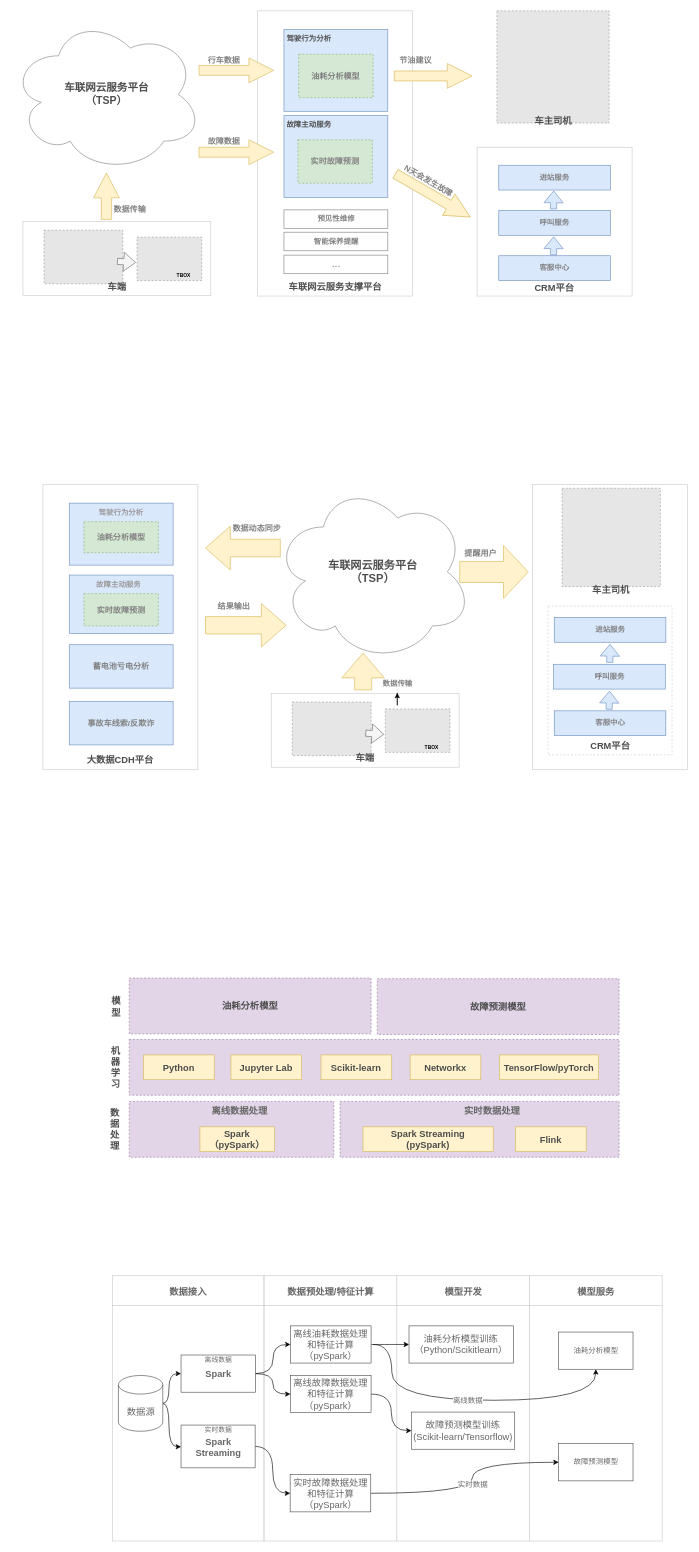
Max-yuki/share keeps this draw.io diagram as gb-ontology.drawio. Above is the earlier version. Source tidied: cells renumbered, new cells numbered last; positions are measured from the earlier drawing's top-left corner, leaving out a move shared by most shapes. Both pictures are drawn from the tidied source at 62%, with x=0, y=0 at pixel (11, 11). Pictures stored in the file or linked from it are replaced by grey dashed boxes.
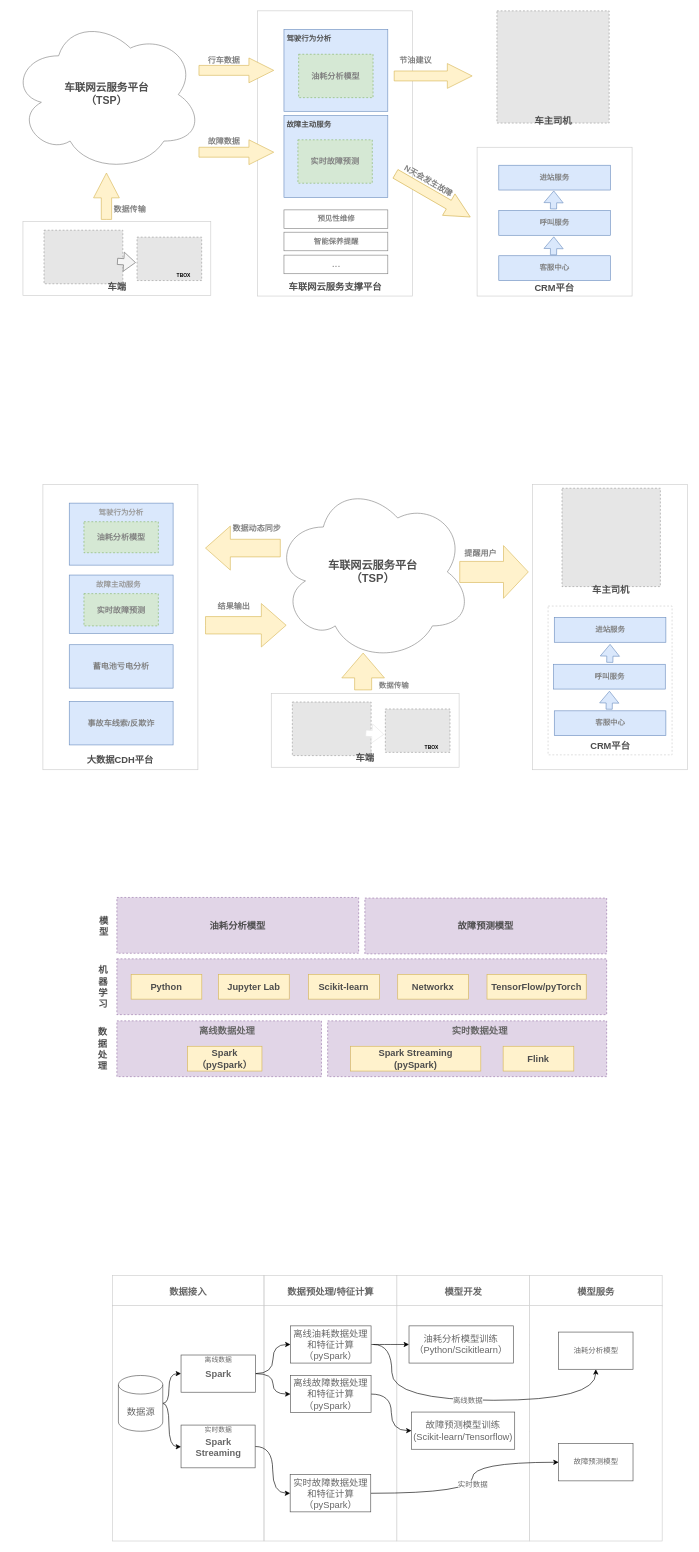
The same diagram, later.

The change refers to these unchanged cells:
```xml
<mxCell id="98" style="group;dashed=1;" parent="1" vertex="1">
  <mxGeometry x="441" y="1100" width="303" height="120" as="geometry" />
</mxCell>
```

The edit, as a diff of the source:
```diff
@@
     <mxCell id="43" style="rounded=0;whiteSpace=wrap;html=1;dashed=1;fontSize=15;strokeColor=#9673a6;fillColor=#e1d5e7;" parent="1" vertex="1">
-      <mxGeometry x="191" y="1759" width="330" height="90" as="geometry" />
+      <mxGeometry x="171" y="1629" width="330" height="90" as="geometry" />
     </mxCell>
     <mxCell id="44" style="rounded=0;whiteSpace=wrap;html=1;dashed=1;fontSize=15;strokeColor=#9673a6;fillColor=#e1d5e7;" parent="1" vertex="1">
-      <mxGeometry x="531" y="1759" width="450" height="90" as="geometry" />
+      <mxGeometry x="511" y="1629" width="450" height="90" as="geometry" />
     </mxCell>
     <mxCell id="45" value="离线数据处理" style="text;html=1;strokeColor=none;fillColor=none;align=center;verticalAlign=middle;whiteSpace=wrap;rounded=0;dashed=1;fontSize=15;fontColor=#666666;fontStyle=1;" parent="1" vertex="1">
-      <mxGeometry x="313" y="1759" width="112" height="30" as="geometry" />
+      <mxGeometry x="293" y="1629" width="112" height="30" as="geometry" />
     </mxCell>
     <mxCell id="46" value="&lt;span style=&quot;&quot;&gt;实时数据处理&lt;/span&gt;" style="text;html=1;strokeColor=none;fillColor=none;align=center;verticalAlign=middle;whiteSpace=wrap;rounded=0;dashed=1;fontSize=15;fontColor=#666666;fontStyle=1;" parent="1" vertex="1">
-      <mxGeometry x="695.5" y="1759" width="161" height="30" as="geometry" />
+      <mxGeometry x="675.5" y="1629" width="161" height="30" as="geometry" />
     </mxCell>
     <mxCell id="47" value="Spark（pySpark）" style="rounded=0;whiteSpace=wrap;html=1;fontSize=15;strokeColor=#d6b656;fontStyle=1;fillColor=#fff2cc;fontColor=#4D4D4D;" parent="1" vertex="1">
-      <mxGeometry x="305" y="1800" width="120" height="40" as="geometry" />
+      <mxGeometry x="285" y="1670" width="120" height="40" as="geometry" />
     </mxCell>
     <mxCell id="48" value="Spark Streaming&lt;br&gt;(pySpark)" style="rounded=0;whiteSpace=wrap;html=1;fontSize=15;strokeColor=#d6b656;fontStyle=1;fillColor=#fff2cc;fontColor=#4D4D4D;" parent="1" vertex="1">
-      <mxGeometry x="568" y="1800" width="210" height="40" as="geometry" />
+      <mxGeometry x="548" y="1670" width="210" height="40" as="geometry" />
     </mxCell>
     <mxCell id="49" value="Flink" style="rounded=0;whiteSpace=wrap;html=1;fontSize=15;strokeColor=#d6b656;fontStyle=1;fillColor=#fff2cc;fontColor=#4D4D4D;" parent="1" vertex="1">
-      <mxGeometry x="814" y="1800" width="114" height="40" as="geometry" />
+      <mxGeometry x="794" y="1670" width="114" height="40" as="geometry" />
     </mxCell>
     <mxCell id="50" style="rounded=0;whiteSpace=wrap;html=1;dashed=1;fontSize=15;strokeColor=#9673a6;fillColor=#e1d5e7;" parent="1" vertex="1">
-      <mxGeometry x="191" y="1659" width="790" height="90" as="geometry" />
+      <mxGeometry x="171" y="1529" width="790" height="90" as="geometry" />
     </mxCell>
     <mxCell id="51" value="油耗分析模型" style="rounded=0;whiteSpace=wrap;html=1;dashed=1;fontSize=15;strokeColor=#9673a6;fillColor=#e1d5e7;fontStyle=1;fontColor=#4D4D4D;" parent="1" vertex="1">
-      <mxGeometry x="191" y="1560" width="390" height="90" as="geometry" />
+      <mxGeometry x="171" y="1430" width="390" height="90" as="geometry" />
     </mxCell>
     <mxCell id="52" value="故障预测模型" style="rounded=0;whiteSpace=wrap;html=1;dashed=1;fontSize=15;strokeColor=#9673a6;fillColor=#e1d5e7;fontStyle=1;fontColor=#4D4D4D;" parent="1" vertex="1">
-      <mxGeometry x="591" y="1561" width="390" height="90" as="geometry" />
+      <mxGeometry x="571" y="1431" width="390" height="90" as="geometry" />
     </mxCell>
     <mxCell id="53" value="Python" style="rounded=0;whiteSpace=wrap;html=1;fontSize=15;strokeColor=#d6b656;fontStyle=1;fillColor=#fff2cc;fontColor=#4D4D4D;" parent="1" vertex="1">
-      <mxGeometry x="214" y="1684" width="114" height="40" as="geometry" />
+      <mxGeometry x="194" y="1554" width="114" height="40" as="geometry" />
     </mxCell>
     <mxCell id="54" value="Jupyter Lab" style="rounded=0;whiteSpace=wrap;html=1;fontSize=15;strokeColor=#d6b656;fontStyle=1;fillColor=#fff2cc;fontColor=#4D4D4D;" parent="1" vertex="1">
-      <mxGeometry x="355" y="1684" width="114" height="40" as="geometry" />
+      <mxGeometry x="335" y="1554" width="114" height="40" as="geometry" />
     </mxCell>
     <mxCell id="55" value="Scikit-learn" style="rounded=0;whiteSpace=wrap;html=1;fontSize=15;strokeColor=#d6b656;fontStyle=1;fillColor=#fff2cc;fontColor=#4D4D4D;" parent="1" vertex="1">
-      <mxGeometry x="500.3" y="1684" width="114" height="40" as="geometry" />
+      <mxGeometry x="480.3" y="1554" width="114" height="40" as="geometry" />
     </mxCell>
     <mxCell id="56" value="Networkx" style="rounded=0;whiteSpace=wrap;html=1;fontSize=15;strokeColor=#d6b656;fontStyle=1;fillColor=#fff2cc;fontColor=#4D4D4D;" parent="1" vertex="1">
-      <mxGeometry x="644" y="1684" width="114" height="40" as="geometry" />
+      <mxGeometry x="624" y="1554" width="114" height="40" as="geometry" />
     </mxCell>
     <mxCell id="57" value="TensorFlow/pyTorch" style="rounded=0;whiteSpace=wrap;html=1;fontSize=15;strokeColor=#d6b656;fontStyle=1;fillColor=#fff2cc;fontColor=#4D4D4D;" parent="1" vertex="1">
-      <mxGeometry x="788" y="1684" width="160" height="40" as="geometry" />
+      <mxGeometry x="768" y="1554" width="160" height="40" as="geometry" />
     </mxCell>
     <mxCell id="58" value="数据处理" style="text;html=1;strokeColor=none;fillColor=none;align=center;verticalAlign=middle;whiteSpace=wrap;rounded=0;dashed=1;fontSize=15;fontColor=#4D4D4D;fontStyle=1;" parent="1" vertex="1">
-      <mxGeometry x="158" y="1789" width="20" height="30" as="geometry" />
+      <mxGeometry x="138" y="1659" width="20" height="30" as="geometry" />
     </mxCell>
     <mxCell id="59" value="机&lt;br&gt;器&lt;br&gt;学&lt;br&gt;习" style="text;html=1;strokeColor=none;fillColor=none;align=center;verticalAlign=middle;whiteSpace=wrap;rounded=0;dashed=1;fontSize=15;fontColor=#4D4D4D;fontStyle=1;" parent="1" vertex="1">
-      <mxGeometry x="154" y="1689" width="30" height="30" as="geometry" />
+      <mxGeometry x="134" y="1559" width="30" height="30" as="geometry" />
     </mxCell>
     <mxCell id="60" value="模型" style="text;html=1;strokeColor=none;fillColor=none;align=center;verticalAlign=middle;whiteSpace=wrap;rounded=0;dashed=1;fontSize=15;fontColor=#4D4D4D;fontStyle=1;" parent="1" vertex="1">
-      <mxGeometry x="158.7" y="1591" width="22" height="30" as="geometry" />
+      <mxGeometry x="138.7" y="1461" width="22" height="30" as="geometry" />
     </mxCell>
@@
-    <mxCell id="104" style="shape=flexArrow;endArrow=classic;html=1;rounded=0;fontSize=15;fillColor=#f5f5f5;strokeColor=#666666;" parent="98" edge="1">
+    <mxCell id="104" style="shape=flexArrow;endArrow=classic;html=1;rounded=0;fontSize=15;fillColor=#FFFFFF;strokeColor=#E6E6E6;" parent="98" edge="1">
       <mxGeometry relative="1" as="geometry">
         <mxPoint x="131" y="65" as="sourcePoint" />
         <mxPoint x="161" y="67" as="targetPoint" />
       </mxGeometry>
     </mxCell>
@@
     <mxCell id="106" value="数据传输" style="text;html=1;strokeColor=none;fillColor=none;align=center;verticalAlign=middle;whiteSpace=wrap;rounded=0;dashed=1;fontSize=12;fontStyle=1;fontColor=#808080;" parent="1" vertex="1">
-      <mxGeometry x="580.5" y="1070" width="85.5" height="30" as="geometry" />
+      <mxGeometry x="574.5" y="1074" width="85.5" height="30" as="geometry" />
     </mxCell>
@@
-    <mxCell id="132" style="edgeStyle=orthogonalEdgeStyle;rounded=0;orthogonalLoop=1;jettySize=auto;html=1;exitX=0.5;exitY=1;exitDx=0;exitDy=0;fontSize=12;fontColor=#999999;" parent="1" edge="1" source="106" target="106">
-      <mxGeometry relative="1" as="geometry" />
-    </mxCell>
```
